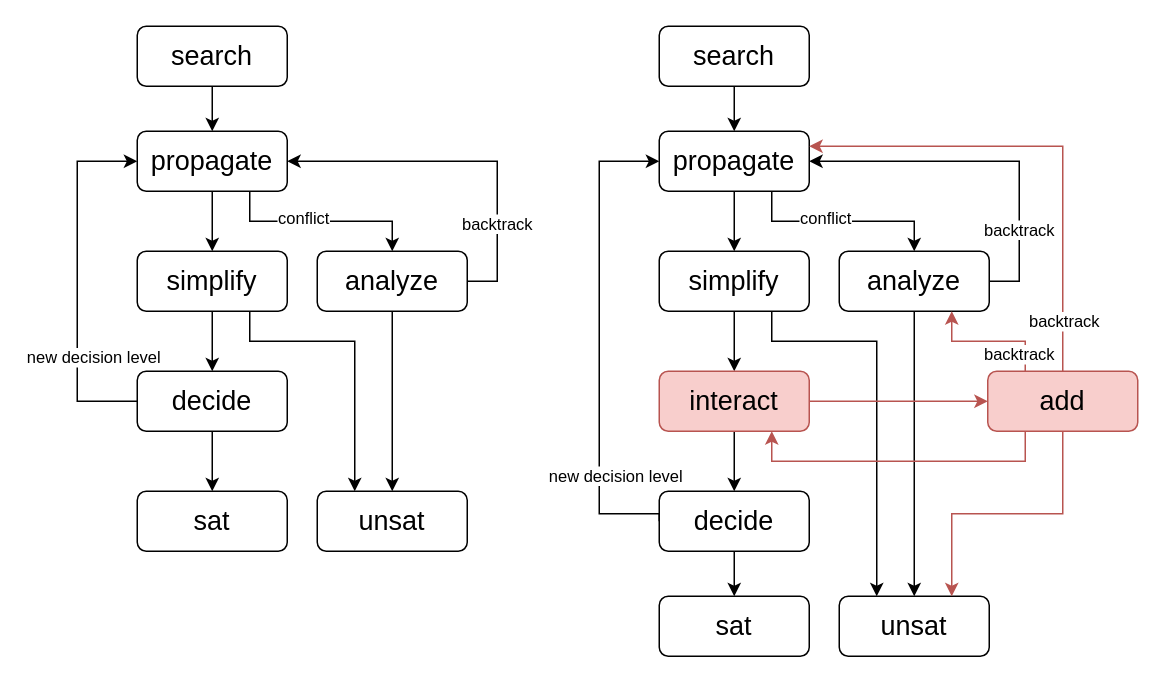
Above: figure/flow.drawio in hchenqide/Thesis (draw.io), before the change. Source tidied: cells renumbered, new cells numbered last; positions are measured from the earlier drawing's top-left corner, leaving out a move shared by most shapes. Both pictures are drawn from the tidied source at 150%, with x=0, y=0 at pixel (76, 26).
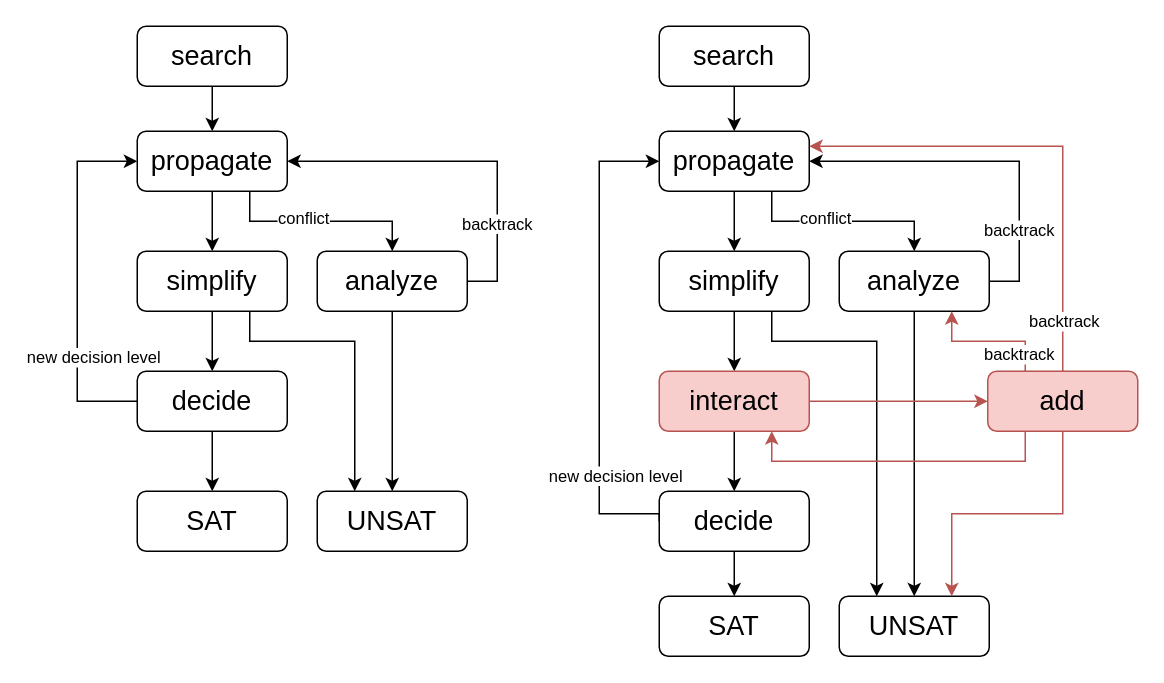
Above is the later version.

Diff of the diagram source:
```diff
@@
-    <mxCell id="15" value="&lt;font style=&quot;font-size: 18px;&quot;&gt;unsat&lt;/font&gt;" style="rounded=1;whiteSpace=wrap;html=1;" parent="1" vertex="1">
+    <mxCell id="15" value="&lt;font style=&quot;font-size: 18px;&quot;&gt;UNSAT&lt;/font&gt;" style="rounded=1;whiteSpace=wrap;html=1;" parent="1" vertex="1">
       <mxGeometry x="160" y="310" width="100" height="40" as="geometry" />
     </mxCell>
-    <mxCell id="16" value="&lt;font style=&quot;font-size: 18px;&quot;&gt;sat&lt;/font&gt;" style="rounded=1;whiteSpace=wrap;html=1;" parent="1" vertex="1">
+    <mxCell id="16" value="&lt;font style=&quot;font-size: 18px;&quot;&gt;SAT&lt;/font&gt;" style="rounded=1;whiteSpace=wrap;html=1;" parent="1" vertex="1">
       <mxGeometry x="40" y="310" width="100" height="40" as="geometry" />
     </mxCell>
@@
-    <mxCell id="34" value="&lt;font style=&quot;font-size: 18px;&quot;&gt;unsat&lt;/font&gt;" style="rounded=1;whiteSpace=wrap;html=1;" parent="1" vertex="1">
+    <mxCell id="34" value="&lt;font style=&quot;font-size: 18px;&quot;&gt;UNSAT&lt;/font&gt;" style="rounded=1;whiteSpace=wrap;html=1;" parent="1" vertex="1">
       <mxGeometry x="508" y="380" width="100" height="40" as="geometry" />
     </mxCell>
-    <mxCell id="35" value="&lt;font style=&quot;font-size: 18px;&quot;&gt;sat&lt;/font&gt;" style="rounded=1;whiteSpace=wrap;html=1;" parent="1" vertex="1">
+    <mxCell id="35" value="&lt;font style=&quot;font-size: 18px;&quot;&gt;SAT&lt;/font&gt;" style="rounded=1;whiteSpace=wrap;html=1;" parent="1" vertex="1">
       <mxGeometry x="388" y="380" width="100" height="40" as="geometry" />
     </mxCell>
```
